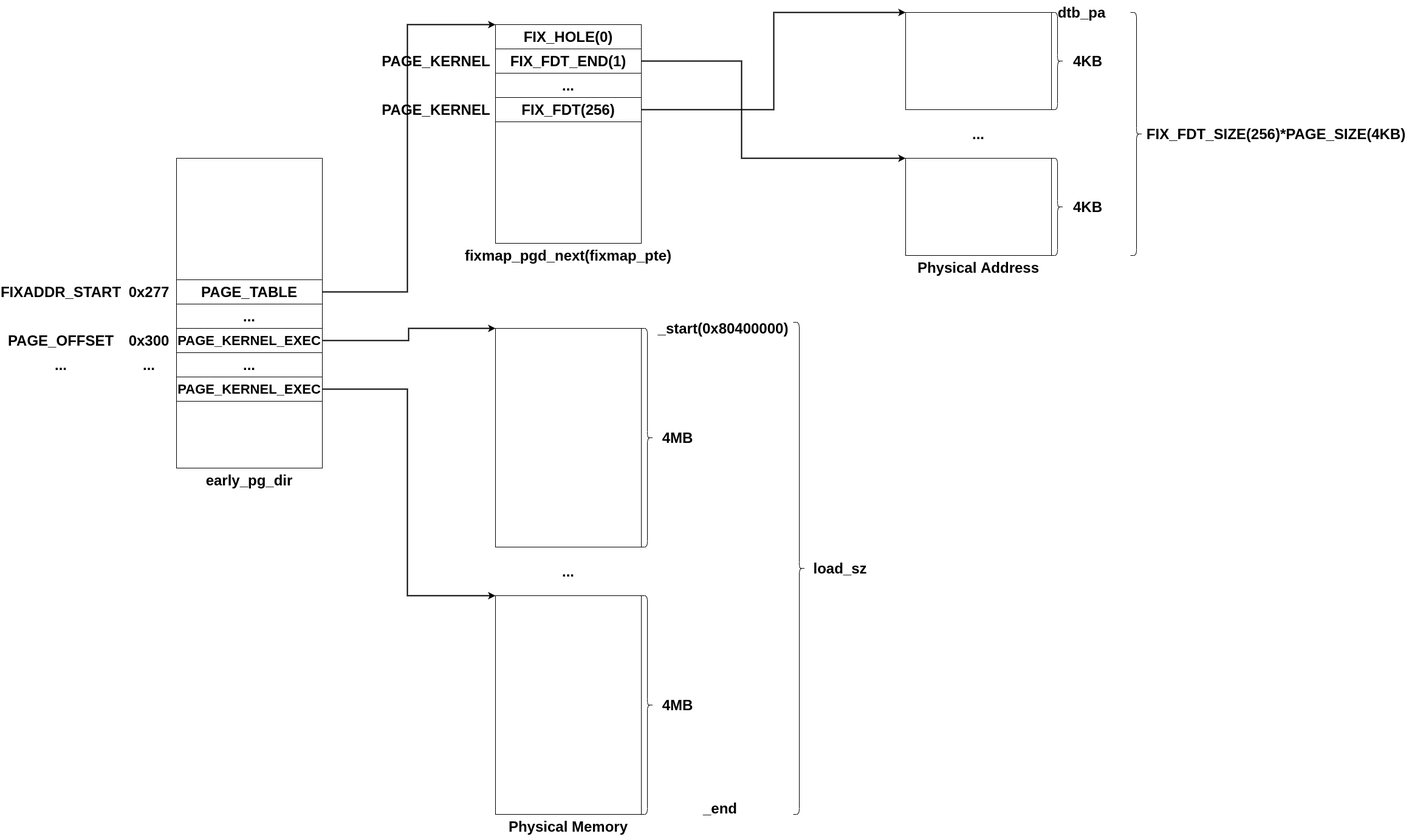
Earlier version of the draw.io export content/blog/reading_linux_kernel_part4/image00.png (koyamanX/ck-dev). Source tidied: cells renumbered, new cells last; positions are measured from the earlier drawing's top-left corner, leaving out a move shared by most shapes.
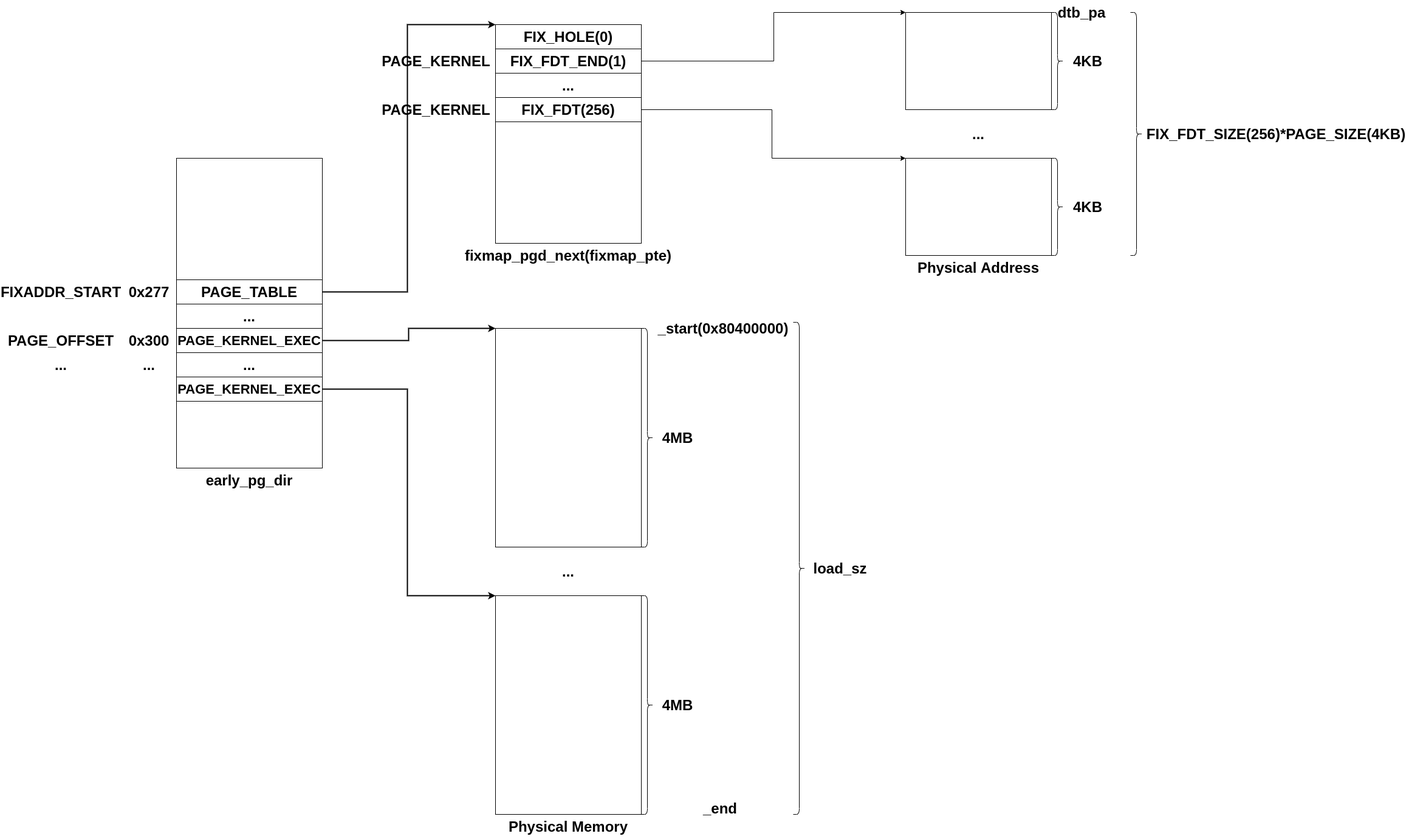
Above is the later version.

Change to the diagram source:
```diff
@@ -144,28 +144,28 @@
     <mxCell id="43" value="&lt;font style=&quot;font-size: 24px&quot;&gt;&lt;b&gt;FIX_HOLE(0)&lt;/b&gt;&lt;/font&gt;" style="rounded=0;whiteSpace=wrap;html=1;" parent="1" vertex="1">
       <mxGeometry x="815" y="40" width="240" height="40" as="geometry" />
     </mxCell>
-    <mxCell id="44" style="edgeStyle=orthogonalEdgeStyle;rounded=0;jettySize=auto;html=1;exitX=1;exitY=0.5;exitDx=0;exitDy=0;entryX=0;entryY=0;entryDx=0;entryDy=0;strokeWidth=2;" parent="1" edge="1" source="45" target="36">
-      <mxGeometry relative="1" as="geometry">
-        <Array as="points">
-          <mxPoint x="1220" y="100" />
-          <mxPoint x="1220" y="260" />
-        </Array>
-      </mxGeometry>
-    </mxCell>
+    <mxCell id="51" style="edgeStyle=orthogonalEdgeStyle;rounded=0;jettySize=auto;html=1;exitX=1;exitY=0.5;exitDx=0;exitDy=0;entryX=0;entryY=0;entryDx=0;entryDy=0;" parent="1" edge="1" source="45" target="32">
+      <mxGeometry relative="1" as="geometry">
+        <Array as="points">
+          <mxPoint x="1273" y="100" />
+          <mxPoint x="1273" y="20" />
+        </Array>
+      </mxGeometry>
+    </mxCell>
     <mxCell id="45" value="&lt;font style=&quot;font-size: 24px&quot;&gt;&lt;b&gt;FIX_FDT_END(1)&lt;/b&gt;&lt;/font&gt;" style="rounded=0;whiteSpace=wrap;html=1;" parent="1" vertex="1">
       <mxGeometry x="815" y="80" width="240" height="40" as="geometry" />
     </mxCell>
     <mxCell id="46" value="&lt;font style=&quot;font-size: 24px&quot;&gt;&lt;b&gt;...&lt;/b&gt;&lt;/font&gt;" style="rounded=0;whiteSpace=wrap;html=1;" parent="1" vertex="1">
       <mxGeometry x="815" y="120" width="240" height="40" as="geometry" />
     </mxCell>
-    <mxCell id="47" style="edgeStyle=orthogonalEdgeStyle;rounded=0;jettySize=auto;html=1;exitX=1;exitY=0.5;exitDx=0;exitDy=0;entryX=0;entryY=0;entryDx=0;entryDy=0;strokeWidth=2;" parent="1" edge="1" source="48" target="32">
-      <mxGeometry relative="1" as="geometry">
-        <Array as="points">
-          <mxPoint x="1273" y="180" />
-          <mxPoint x="1273" y="20" />
-        </Array>
-      </mxGeometry>
-    </mxCell>
+    <mxCell id="52" style="edgeStyle=orthogonalEdgeStyle;rounded=0;jettySize=auto;html=1;exitX=1;exitY=0.5;exitDx=0;exitDy=0;entryX=0;entryY=0;entryDx=0;entryDy=0;" parent="1" edge="1" source="48" target="36">
+      <mxGeometry relative="1" as="geometry">
+        <Array as="points">
+          <mxPoint x="1270" y="180" />
+          <mxPoint x="1270" y="260" />
+        </Array>
+      </mxGeometry>
+    </mxCell>
     <mxCell id="48" value="&lt;font style=&quot;font-size: 24px&quot;&gt;&lt;b&gt;FIX_FDT(256)&lt;/b&gt;&lt;/font&gt;" style="rounded=0;whiteSpace=wrap;html=1;" parent="1" vertex="1">
       <mxGeometry x="815" y="160" width="240" height="40" as="geometry" />
     </mxCell>
```
